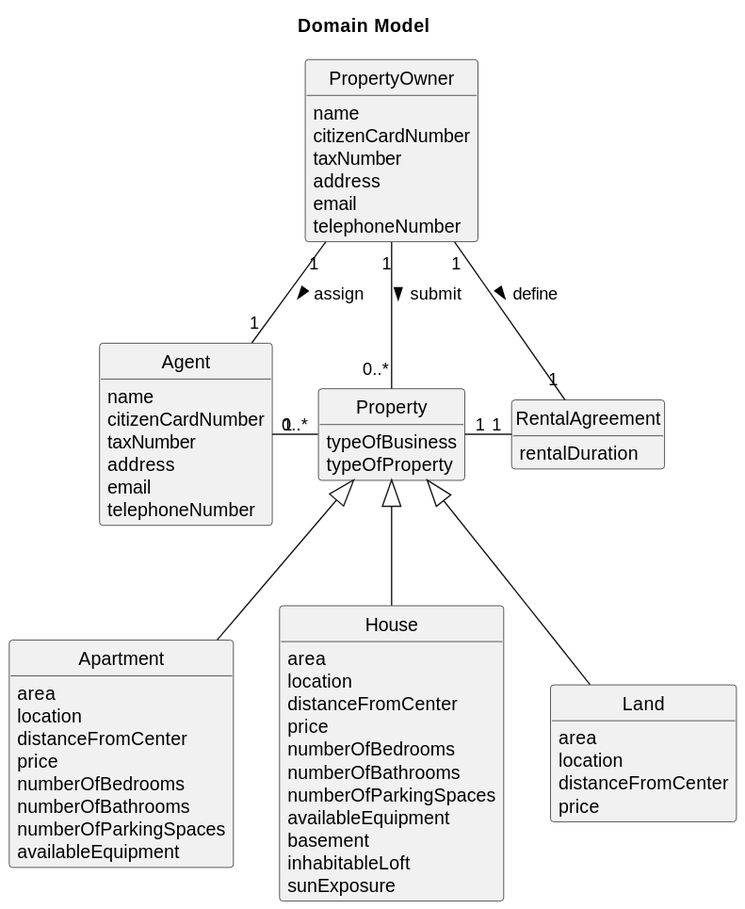
Goncalves2525/real-estate-management-system keeps this PlantUML diagram as docs/sprintA/us004/02.analysis/svg/us004-domain-model.svg. Above is the earlier version.
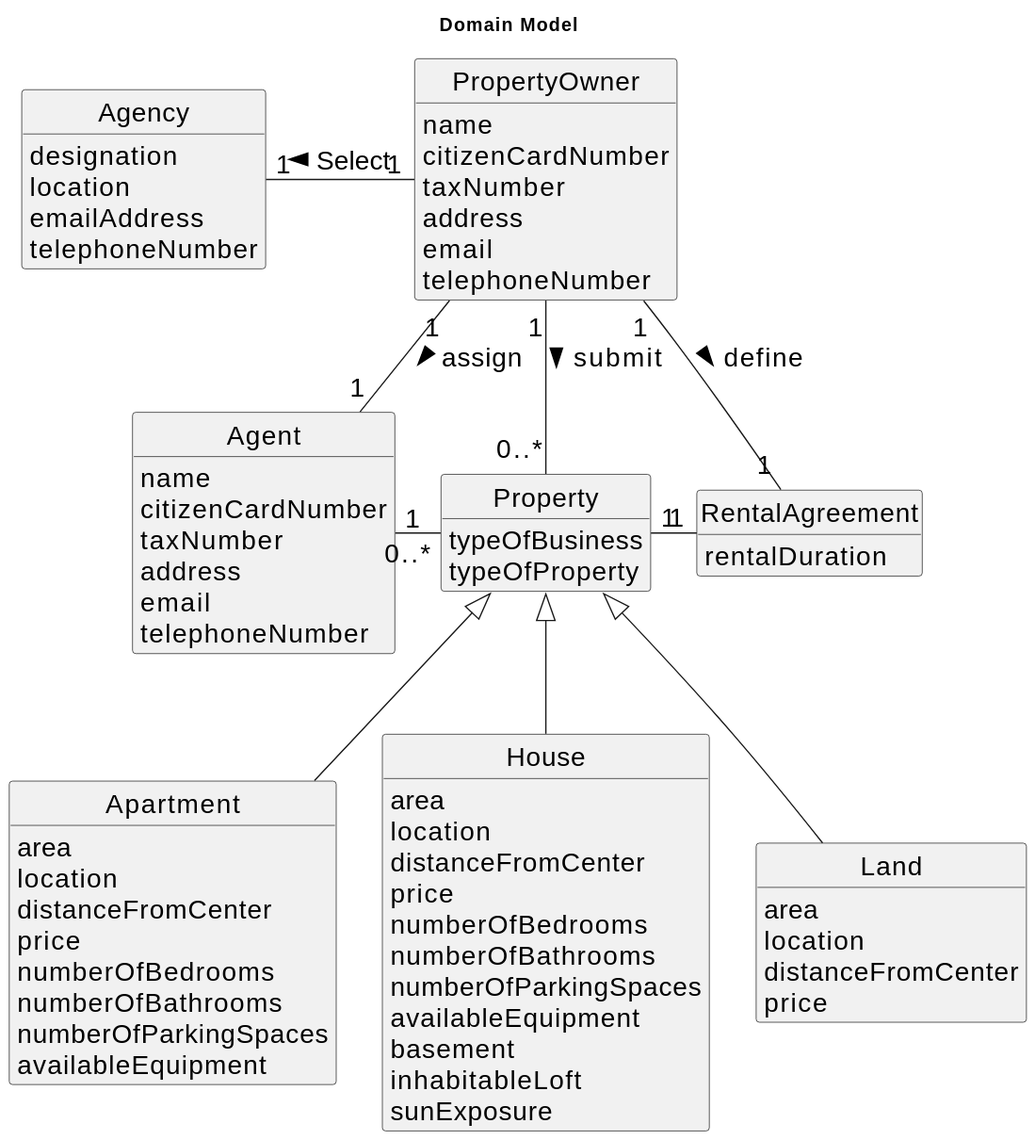
The same diagram one commit later.

Change to the diagram source:
```diff
@@ -1,4 +1,5 @@
 @startuml
+skinparamlocked defaultFontSize 20
 skinparam monochrome true
 skinparam packageStyle rectangle
 skinparam shadowing false
@@ -16,6 +17,13 @@
     email
     telephoneNumber
 }
+
+class Agency{
+    designation
+    location
+    emailAddress
+    telephoneNumber
+    }
 
 class Agent {
     name
@@ -66,7 +74,7 @@
 class RentalAgreement{
     rentalDuration
 }
-
+Agency "1" - "1" PropertyOwner: Select <
 PropertyOwner "1" - "0..*" Property: submit >
 PropertyOwner "1" -- "1" Agent:assign >
 Agent "1" - "0..*" Property
```
